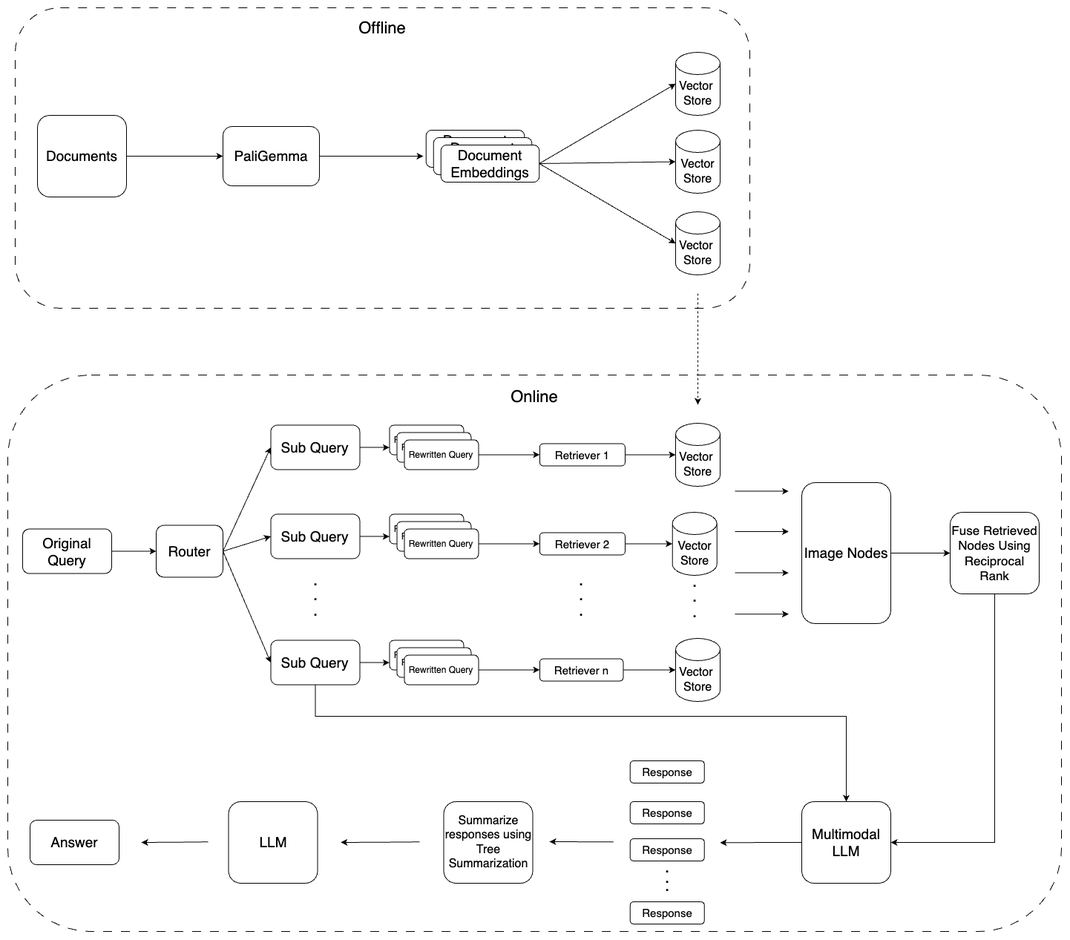
Earlier version of the draw.io export imgs/PromptFlow.png (dnnhhuy/Colpali-RAG). Source tidied: cells renumbered, new cells last; positions are measured from the earlier drawing's top-left corner, leaving out a move shared by most shapes.
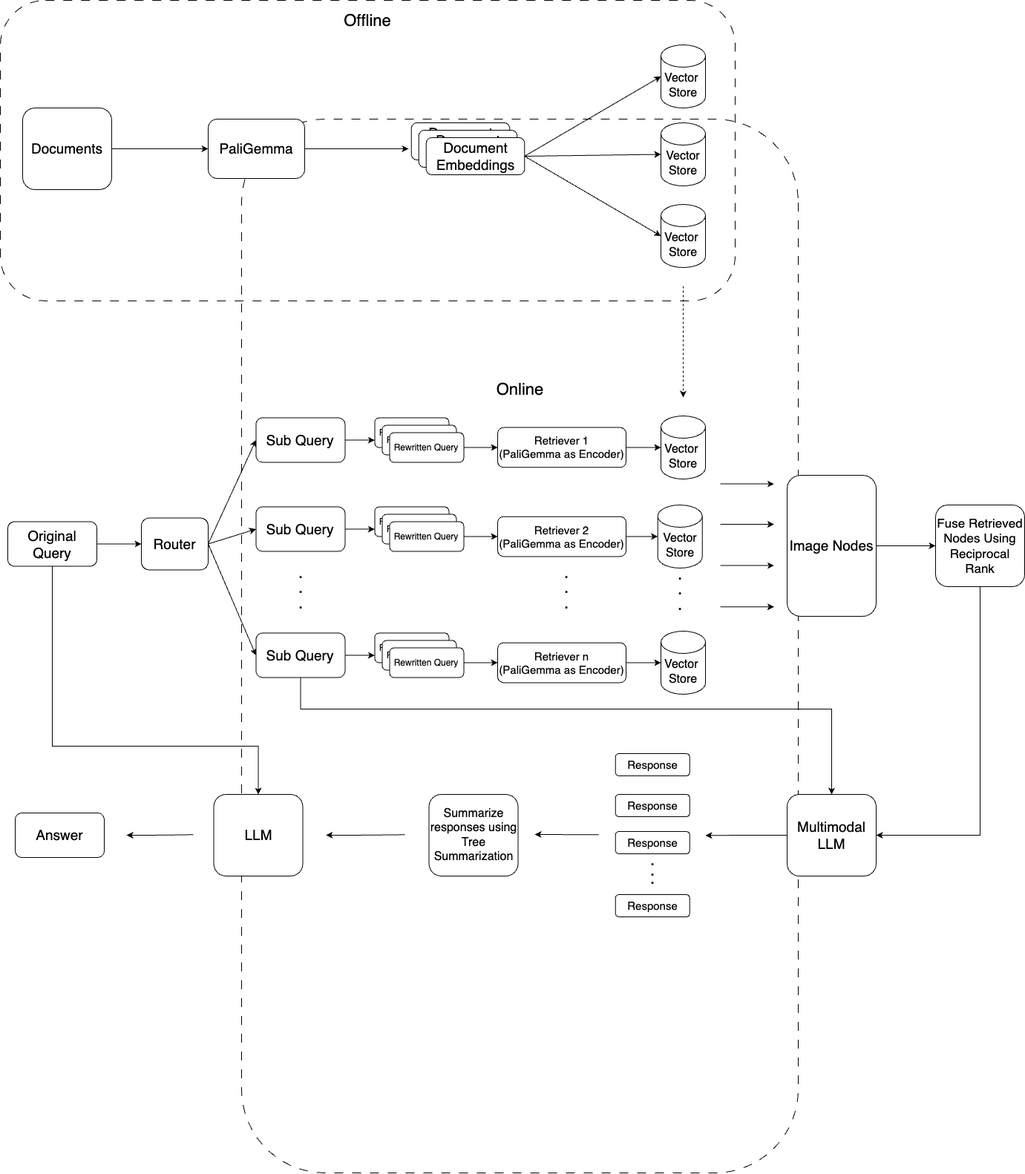
After the change.

The edit, as a diff of the source:
```diff
@@ -2,8 +2,8 @@
   <root>
     <mxCell id="0" />
     <mxCell id="1" parent="0" />
-    <mxCell id="2" style="rounded=1;whiteSpace=wrap;html=1;fillColor=none;dashed=1;dashPattern=12 12;" parent="1" vertex="1">
-      <mxGeometry y="495" width="1420" height="750" as="geometry" />
+    <mxCell id="2" style="rounded=1;whiteSpace=wrap;html=1;fillColor=none;dashed=1;dashPattern=12 12;direction=south;" parent="1" vertex="1">
+      <mxGeometry x="335" y="160" width="750" height="1420" as="geometry" />
     </mxCell>
     <mxCell id="3" style="rounded=1;whiteSpace=wrap;html=1;fillColor=none;dashed=1;dashPattern=12 12;" parent="1" vertex="1">
       <mxGeometry x="10" width="990" height="405" as="geometry" />
@@ -52,7 +52,7 @@
     <mxCell id="16" value="Rewritten Query" style="rounded=1;whiteSpace=wrap;html=1;" parent="1" vertex="1">
       <mxGeometry x="524.4" y="692.5" width="100" height="40" as="geometry" />
     </mxCell>
-    <mxCell id="17" style="edgeStyle=orthogonalEdgeStyle;rounded=0;jettySize=auto;html=1;exitX=1;exitY=0.5;exitDx=0;exitDy=0;entryX=0;entryY=0.5;entryDx=0;entryDy=0;" parent="1" edge="1" source="18" target="25">
+    <mxCell id="17" style="edgeStyle=orthogonalEdgeStyle;rounded=0;jettySize=auto;html=1;exitX=1;exitY=0.5;exitDx=0;exitDy=0;entryX=0;entryY=0.5;entryDx=0;entryDy=0;" parent="1" edge="1" source="18" target="79">
       <mxGeometry relative="1" as="geometry" />
     </mxCell>
     <mxCell id="18" value="Rewritten Query" style="rounded=1;whiteSpace=wrap;html=1;" parent="1" vertex="1">
@@ -64,7 +64,7 @@
     <mxCell id="20" value="Rewritten Query" style="rounded=1;whiteSpace=wrap;html=1;" parent="1" vertex="1">
       <mxGeometry x="524.4" y="862.5" width="100" height="40" as="geometry" />
     </mxCell>
-    <mxCell id="21" style="edgeStyle=orthogonalEdgeStyle;rounded=0;jettySize=auto;html=1;exitX=1;exitY=0.5;exitDx=0;exitDy=0;entryX=0;entryY=0.5;entryDx=0;entryDy=0;" parent="1" edge="1" source="22" target="27">
+    <mxCell id="21" style="edgeStyle=orthogonalEdgeStyle;rounded=0;jettySize=auto;html=1;exitX=1;exitY=0.5;exitDx=0;exitDy=0;entryX=0;entryY=0.5;entryDx=0;entryDy=0;" parent="1" edge="1" source="22" target="80">
       <mxGeometry relative="1" as="geometry" />
     </mxCell>
     <mxCell id="22" value="Rewritten Query" style="rounded=1;whiteSpace=wrap;html=1;" parent="1" vertex="1">
@@ -73,18 +73,12 @@
     <mxCell id="23" value="&lt;font style=&quot;font-size: 16px;&quot;&gt;Vector&amp;nbsp;&lt;/font&gt;&lt;div style=&quot;font-size: 16px;&quot;&gt;&lt;font style=&quot;font-size: 16px;&quot;&gt;Store&lt;/font&gt;&lt;/div&gt;" style="shape=cylinder3;whiteSpace=wrap;html=1;boundedLbl=1;backgroundOutline=1;size=15;" parent="1" vertex="1">
       <mxGeometry x="900" y="60" width="60" height="85" as="geometry" />
     </mxCell>
-    <mxCell id="24" value="&lt;font style=&quot;font-size: 15px;&quot;&gt;Retriever 1&lt;/font&gt;" style="rounded=1;whiteSpace=wrap;html=1;" parent="1" vertex="1">
-      <mxGeometry x="716.9" y="587.5" width="115" height="30" as="geometry" />
+    <mxCell id="24" value="&lt;div&gt;&lt;span style=&quot;font-size: 15px;&quot;&gt;Retriever 1&lt;/span&gt;&lt;/div&gt;&lt;span style=&quot;font-size: 15px;&quot;&gt;(PaliGemma as Encoder)&lt;/span&gt;" style="rounded=1;whiteSpace=wrap;html=1;" parent="1" vertex="1">
+      <mxGeometry x="680" y="575.6" width="173.1" height="53.8" as="geometry" />
     </mxCell>
-    <mxCell id="25" value="&lt;span style=&quot;color: rgb(0, 0, 0); font-family: Helvetica; font-size: 15px; font-style: normal; font-variant-ligatures: normal; font-variant-caps: normal; font-weight: 400; letter-spacing: normal; orphans: 2; text-align: center; text-indent: 0px; text-transform: none; widows: 2; word-spacing: 0px; -webkit-text-stroke-width: 0px; white-space: normal; background-color: rgb(251, 251, 251); text-decoration-thickness: initial; text-decoration-style: initial; text-decoration-color: initial; display: inline !important; float: none;&quot;&gt;Retriever 2&lt;/span&gt;" style="rounded=1;whiteSpace=wrap;html=1;" parent="1" vertex="1">
-      <mxGeometry x="716.9" y="707.5" width="115" height="30" as="geometry" />
-    </mxCell>
     <mxCell id="26" value="&lt;b style=&quot;font-size: 17px;&quot;&gt;&lt;font style=&quot;font-size: 17px;&quot;&gt;.&lt;/font&gt;&lt;/b&gt;&lt;div style=&quot;font-size: 17px;&quot;&gt;&lt;b&gt;&lt;font style=&quot;font-size: 17px;&quot;&gt;.&lt;/font&gt;&lt;/b&gt;&lt;/div&gt;&lt;div style=&quot;font-size: 17px;&quot;&gt;&lt;b style=&quot;&quot;&gt;&lt;font style=&quot;font-size: 17px;&quot;&gt;.&lt;/font&gt;&lt;/b&gt;&lt;/div&gt;" style="text;html=1;align=center;verticalAlign=middle;whiteSpace=wrap;rounded=0;" parent="1" vertex="1">
       <mxGeometry x="744.4" y="772.5" width="57.5" height="40" as="geometry" />
     </mxCell>
-    <mxCell id="27" value="&lt;span style=&quot;font-size: 15px;&quot;&gt;Retriever n&lt;/span&gt;" style="rounded=1;whiteSpace=wrap;html=1;" parent="1" vertex="1">
-      <mxGeometry x="716.9" y="877.5" width="112.5" height="30" as="geometry" />
-    </mxCell>
     <mxCell id="28" style="endArrow=classic;html=1;rounded=0;entryX=0;entryY=0.5;entryDx=0;entryDy=0;exitX=1;exitY=0.5;exitDx=0;exitDy=0;" parent="1" edge="1" source="73" target="5">
       <mxGeometry relative="1" as="geometry" />
     </mxCell>
@@ -228,6 +222,14 @@
     <mxCell id="66" style="edgeStyle=orthogonalEdgeStyle;rounded=0;jettySize=auto;html=1;exitX=1;exitY=0.5;exitDx=0;exitDy=0;entryX=0;entryY=0.5;entryDx=0;entryDy=0;" parent="1" edge="1" source="67" target="73">
       <mxGeometry relative="1" as="geometry" />
     </mxCell>
+    <mxCell id="78" style="edgeStyle=orthogonalEdgeStyle;rounded=0;jettySize=auto;html=1;exitX=0.5;exitY=1;exitDx=0;exitDy=0;entryX=0.5;entryY=0;entryDx=0;entryDy=0;" parent="1" edge="1" source="67" target="50">
+      <mxGeometry relative="1" as="geometry">
+        <Array as="points">
+          <mxPoint x="80" y="1005" />
+          <mxPoint x="358" y="1005" />
+        </Array>
+      </mxGeometry>
+    </mxCell>
     <mxCell id="67" value="&lt;font style=&quot;font-size: 19px;&quot;&gt;Original Query&lt;/font&gt;" style="rounded=1;whiteSpace=wrap;html=1;" parent="1" vertex="1">
       <mxGeometry x="20" y="702.5" width="120" height="60" as="geometry" />
     </mxCell>
@@ -261,11 +263,17 @@
     <mxCell id="75" style="edgeStyle=orthogonalEdgeStyle;rounded=0;jettySize=auto;html=1;exitX=1;exitY=0.5;exitDx=0;exitDy=0;entryX=0;entryY=0.5;entryDx=0;entryDy=0;entryPerimeter=0;" parent="1" edge="1" source="24" target="68">
       <mxGeometry relative="1" as="geometry" />
     </mxCell>
-    <mxCell id="76" style="edgeStyle=orthogonalEdgeStyle;rounded=0;jettySize=auto;html=1;exitX=1;exitY=0.5;exitDx=0;exitDy=0;entryX=0;entryY=0.5;entryDx=0;entryDy=0;entryPerimeter=0;" parent="1" edge="1" source="25" target="69">
+    <mxCell id="76" style="edgeStyle=orthogonalEdgeStyle;rounded=0;jettySize=auto;html=1;exitX=1;exitY=0.5;exitDx=0;exitDy=0;entryX=0;entryY=0.5;entryDx=0;entryDy=0;entryPerimeter=0;" parent="1" edge="1" source="79" target="69">
       <mxGeometry relative="1" as="geometry" />
     </mxCell>
-    <mxCell id="77" style="edgeStyle=orthogonalEdgeStyle;rounded=0;jettySize=auto;html=1;exitX=1;exitY=0.5;exitDx=0;exitDy=0;entryX=0;entryY=0.5;entryDx=0;entryDy=0;entryPerimeter=0;" parent="1" edge="1" source="27" target="70">
+    <mxCell id="77" style="edgeStyle=orthogonalEdgeStyle;rounded=0;jettySize=auto;html=1;exitX=1;exitY=0.5;exitDx=0;exitDy=0;entryX=0;entryY=0.5;entryDx=0;entryDy=0;entryPerimeter=0;" parent="1" edge="1" source="80" target="70">
       <mxGeometry relative="1" as="geometry" />
     </mxCell>
+    <mxCell id="79" value="&lt;div&gt;&lt;span style=&quot;font-size: 15px;&quot;&gt;Retriever 2&lt;/span&gt;&lt;/div&gt;&lt;span style=&quot;font-size: 15px;&quot;&gt;(PaliGemma as Encoder)&lt;/span&gt;" style="rounded=1;whiteSpace=wrap;html=1;" parent="1" vertex="1">
+      <mxGeometry x="680" y="695.6" width="173.1" height="53.8" as="geometry" />
+    </mxCell>
+    <mxCell id="80" value="&lt;div&gt;&lt;span style=&quot;font-size: 15px;&quot;&gt;Retriever n&lt;/span&gt;&lt;/div&gt;&lt;span style=&quot;font-size: 15px;&quot;&gt;(PaliGemma as Encoder)&lt;/span&gt;" style="rounded=1;whiteSpace=wrap;html=1;" parent="1" vertex="1">
+      <mxGeometry x="680" y="865.6" width="173.1" height="53.8" as="geometry" />
+    </mxCell>
   </root>
 </mxGraphModel>
```
